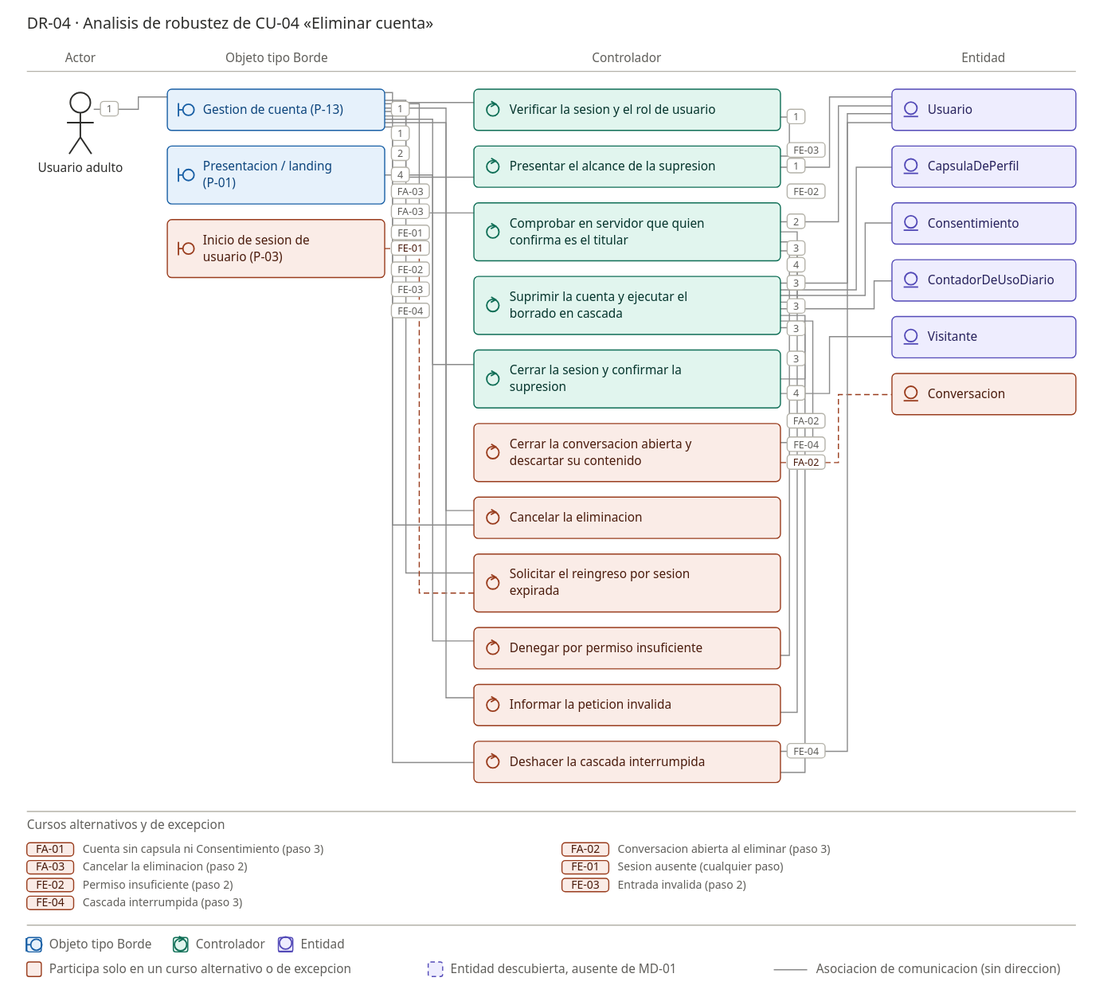
jonatan8254/alan-aura-academico keeps this PlantUML diagram as docs/07_casos_uso/robustez/DR-04_robustez_eliminar_cuenta.svg. Above is the earlier version. Its source is kept beside it as docs/07_casos_uso/robustez/DR-04_robustez_eliminar_cuenta.puml. The source it was exported from:
```plantuml
@startuml
left to right direction
skinparam linetype ortho
skinparam shadowing false

actor "Usuario adulto" as ACT_Usuario

boundary "Gestion de cuenta (P-13)" as B_PaginaGestionCuenta
boundary "Presentacion / landing (P-01)" as B_PaginaPresentacion
boundary "Inicio de sesion de usuario (P-03)" as B_PaginaInicioSesion #LightCoral

control "Verificar la sesion y el rol de usuario" as C_VerificarSesionYRol
control "Presentar el alcance de la supresion" as C_PresentarAlcanceSupresion
control "Comprobar en servidor que quien confirma es el titular" as C_ComprobarTitularidad
control "Suprimir la cuenta y ejecutar el borrado en cascada" as C_EliminarEnCascada
control "Cerrar la sesion y confirmar la supresion" as C_CerrarSesionYConfirmar
control "Cerrar la conversacion abierta y descartar su contenido" as C_CerrarConversacionAbierta #LightCoral
control "Cancelar la eliminacion" as C_CancelarEliminacion #LightCoral
control "Deshacer la cascada interrumpida" as C_DeshacerCascada #LightCoral
control "Denegar por permiso insuficiente" as C_DenegarPorPermiso #LightCoral
control "Informar la peticion invalida" as C_MsgPeticionInvalida #LightCoral
control "Solicitar el reingreso por sesion expirada" as C_SolicitarReingreso #LightCoral

entity "Usuario" as E_Usuario
entity "CapsulaDePerfil" as E_CapsulaDePerfil
entity "Consentimiento" as E_Consentimiento
entity "ContadorDeUsoDiario" as E_ContadorDeUsoDiario
entity "Conversacion" as E_Conversacion #LightCoral
entity "Visitante" as E_Visitante

ACT_Usuario -- B_PaginaGestionCuenta : 1 solicita eliminar su cuenta
B_PaginaGestionCuenta -- C_VerificarSesionYRol : 1 solicita la eliminacion
C_VerificarSesionYRol -- C_PresentarAlcanceSupresion : 1 sesion activa con rol de usuario validado
C_PresentarAlcanceSupresion -- E_Usuario : 1 enumera que registros desapareceran
C_PresentarAlcanceSupresion -- B_PaginaGestionCuenta : 1 advierte que la accion es irreversible
B_PaginaGestionCuenta -- C_ComprobarTitularidad : 2 confirma explicitamente la eliminacion
C_ComprobarTitularidad -- E_Usuario : 2 comprueba en servidor que quien confirma es el titular
C_ComprobarTitularidad -- C_EliminarEnCascada : 3 titularidad comprobada
C_EliminarEnCascada -- E_Usuario : 3 suprime la cuenta; FA-01 si nunca hubo onboarding, no hay mas que borrar
C_EliminarEnCascada -- E_CapsulaDePerfil : 3 suprime la capsula
C_EliminarEnCascada -- E_Consentimiento : 3 suprime el consentimiento con sus dos capas
C_EliminarEnCascada -- E_ContadorDeUsoDiario : 3 suprime los contadores del usuario
C_EliminarEnCascada -- C_CerrarSesionYConfirmar : 4 borrado en cascada completado
C_CerrarSesionYConfirmar -- E_Visitante : 4 la persona queda en la condicion de Visitante
C_CerrarSesionYConfirmar -- B_PaginaPresentacion : 4 cierra la sesion y confirma que no queda dato recuperable

C_EliminarEnCascada -- C_CerrarConversacionAbierta : FA-02 hay una conversacion en curso al confirmar
C_CerrarConversacionAbierta -- E_Conversacion : FA-02 cierra la conversacion y descarta su contenido
B_PaginaGestionCuenta -- C_CancelarEliminacion : FA-03 el Usuario no confirma y cancela
C_CancelarEliminacion -- B_PaginaGestionCuenta : FA-03 cancela; la cuenta y sus registros quedan intactos

B_PaginaGestionCuenta -- C_SolicitarReingreso : FE-01 la sesion expira
C_SolicitarReingreso -- B_PaginaInicioSesion : FE-01 termina; 401 y la cuenta queda integra
C_ComprobarTitularidad -- C_DenegarPorPermiso : FE-02 rol no autorizado o solicitud sobre una cuenta ajena
C_DenegarPorPermiso -- B_PaginaGestionCuenta : FE-02 termina; 403 sin suprimir nada
C_ComprobarTitularidad -- C_MsgPeticionInvalida : FE-03 solicitud mal formada o sin confirmacion explicita
C_MsgPeticionInvalida -- B_PaginaGestionCuenta : FE-03 vuelve al paso 1; 400 sin ejecutar la supresion
C_EliminarEnCascada -- C_DeshacerCascada : FE-04 el almacenamiento falla a mitad de la cascada
C_DeshacerCascada -- E_Usuario : FE-04 deshace lo suprimido; la cuenta queda como estaba
C_DeshacerCascada -- B_PaginaGestionCuenta : FE-04 termina; no confirma la eliminacion e informa que no se completo

legend right
  <b>Convencion de color</b>
  #LightCoral = objeto que participa solo en un curso alternativo (FA) o de excepcion (FE)
endlegend

note as N_DR04
  <b>CU-04 - Eliminar cuenta</b> (ECU-04 v2.0) - actor: Usuario adulto
  PRE-01 sesion activa. PRE-02 rol usuario validado en servidor. PRE-03 el Usuario es el
  titular de la cuenta que solicita suprimir.
  <b>Disparador</b> El Usuario solicita eliminar su cuenta desde la Gestion de cuenta.

  <b>Flujo basico</b>
  1. El Usuario solicita eliminar su cuenta. El sistema presenta el alcance de la supresion
     -enumera que registros desapareceran- y advierte que la accion es irreversible.
  2. El Usuario confirma explicitamente. El sistema comprueba en servidor que quien confirma
     es el titular de esa cuenta.
  3. El sistema suprime el Usuario y ejecuta el borrado en cascada de su CapsulaDePerfil, su
     Consentimiento y su ContadorDeUsoDiario.
  4. El sistema cierra la sesion y confirma que su cuenta y sus registros desaparecieron. La
     persona queda sin sesion y sin cuenta, en la condicion de Visitante.

  <b>Cursos alternativos</b>
  FA-01 Cuenta sin capsula ni Consentimiento (paso 3): el Usuario nunca completo el
        onboarding; no hay nada que borrar en cascada. Continua en el paso 4.
  FA-02 Conversacion abierta al eliminar (paso 3): el sistema la cierra y descarta su
        contenido antes de suprimir. Continua en el paso 4.
  FA-03 Cancelar la eliminacion (paso 2): no suprime nada; la cuenta queda intacta. Cancela.

  <b>Cursos de excepcion</b>
  FE-01 Sesion ausente (cualquier paso): 401; no suprime nada. Termina; reingresar por CU-03.
  FE-02 Permiso insuficiente (paso 2): 403; ninguna cuenta se toca. Termina.
  FE-03 Entrada invalida (paso 2): 400; no ejecuta la supresion. Vuelve al paso 1.
  FE-04 Cascada interrumpida (paso 3): el almacenamiento falla a mitad; deshace lo suprimido
        y NO confirma la eliminacion. Termina informando que la accion no se completo.

  <b>Postcondicion (lo esencial)</b> Ningun registro asociado a la cuenta queda recuperable
  desde la aplicacion (RF-24, PRIV-R11).
  <b>Invariante</b> El borrado en cascada es ATOMICO: si no puede completarse, el sistema no
  deja registros a medio suprimir ni confirma la eliminacion (FE-04).
  <b>Reglas</b> RN-04.4, RN-04.1. <b>Traza</b> RF-24 -> OBJ-7.
  <b>Pantallas</b> P-13 compartida con CU-11 y CU-12; P-01 al terminar; P-03 en FE-01.

  <b>Notas de modelado</b>
  - <b>El paso 1 ya no es un menu.</b> La v1.0 empezaba con "mostrar las opciones: reiniciar,
    revocar, eliminar", que con los otros dos objetivos fuera seria navegacion de interfaz y
    no un paso de caso de uso. Ahora el flujo empieza por la intencion real del actor.
  - <b>Visitante como Entidad de destino.</b> El paso 4 deja a la persona en esa condicion, y
    Visitante es clase de MD-01 v1.4 desde el PDR-01. Dibujarlo hace legible que la relacion
    "Visitante precede a TitularDeCuenta" tambien se recorre en sentido inverso.
  - <b>El dialogo de confirmacion dejo de ser un objeto tipo Borde propio.</b> La v1.0 lo
    modelaba aparte; DIS-00 lo inventaria como un estado de P-13, no como pantalla. Un
    dialogo dentro de una pantalla esta por debajo del nivel de granularidad de este
    diagrama, igual que un boton.
  - <b>La comprobacion de titularidad es un controlador propio.</b> No basta con el rol: FE-02
    cubre tambien la solicitud que apunta a una cuenta ajena, y eso es una funcion distinta de
    verificar la sesion.
  - <b>FA-01 se etiqueta sobre el arco a Usuario, sin objeto propio.</b> Es la ausencia de dos
    entidades, no la presencia de una nueva: no hay ningun objeto exclusivo que colorear.
  - <b>FE-04 es nuevo y no estaba exigido en ningun artefacto previo.</b> Sin el, "no queda
    dato recuperable" no seria verificable ante un fallo a mitad de camino. Se declara como
    decision de la especificacion, no como requisito heredado.
end note

@enduml
```
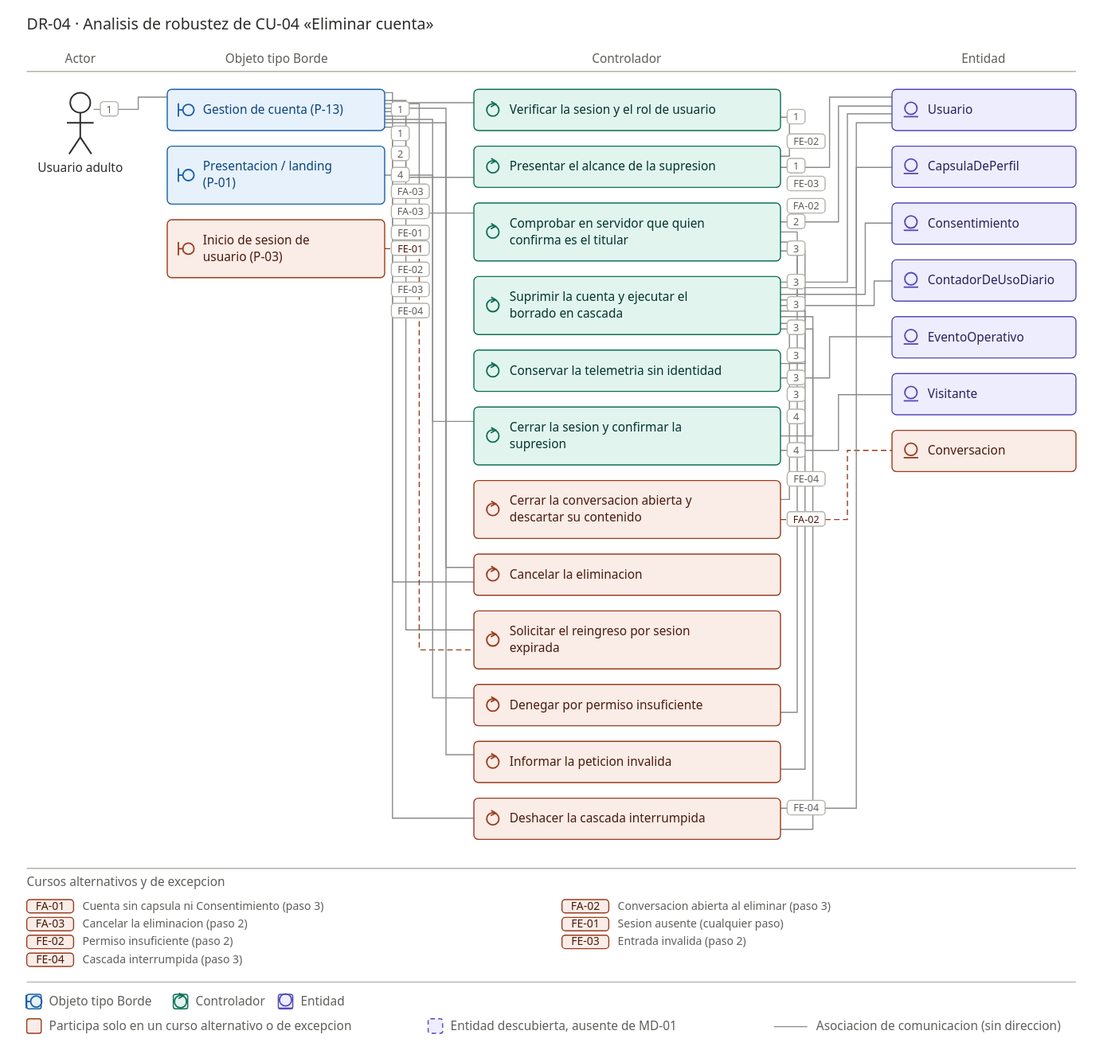
After the commit.

Change to the diagram source:
```diff
@@ -20,6 +20,7 @@
 control "Denegar por permiso insuficiente" as C_DenegarPorPermiso #LightCoral
 control "Informar la peticion invalida" as C_MsgPeticionInvalida #LightCoral
 control "Solicitar el reingreso por sesion expirada" as C_SolicitarReingreso #LightCoral
+control "Conservar la telemetria sin identidad" as C_ConservarTelemetriaSinIdentidad
 
 entity "Usuario" as E_Usuario
 entity "CapsulaDePerfil" as E_CapsulaDePerfil
@@ -27,6 +28,7 @@
 entity "ContadorDeUsoDiario" as E_ContadorDeUsoDiario
 entity "Conversacion" as E_Conversacion #LightCoral
 entity "Visitante" as E_Visitante
+entity "EventoOperativo" as E_EventoOperativo
 
 ACT_Usuario -- B_PaginaGestionCuenta : 1 solicita eliminar su cuenta
 B_PaginaGestionCuenta -- C_VerificarSesionYRol : 1 solicita la eliminacion
@@ -40,6 +42,8 @@
 C_EliminarEnCascada -- E_CapsulaDePerfil : 3 suprime la capsula
 C_EliminarEnCascada -- E_Consentimiento : 3 suprime el consentimiento con sus dos capas
 C_EliminarEnCascada -- E_ContadorDeUsoDiario : 3 suprime los contadores del usuario
+C_EliminarEnCascada -- C_ConservarTelemetriaSinIdentidad : 3 la cascada NO alcanza la telemetria
+C_ConservarTelemetriaSinIdentidad -- E_EventoOperativo : 3 permanece sin alias ni username; no permite reconstruir que la cuenta existio
 C_EliminarEnCascada -- C_CerrarSesionYConfirmar : 4 borrado en cascada completado
 C_CerrarSesionYConfirmar -- E_Visitante : 4 la persona queda en la condicion de Visitante
 C_CerrarSesionYConfirmar -- B_PaginaPresentacion : 4 cierra la sesion y confirma que no queda dato recuperable
```
